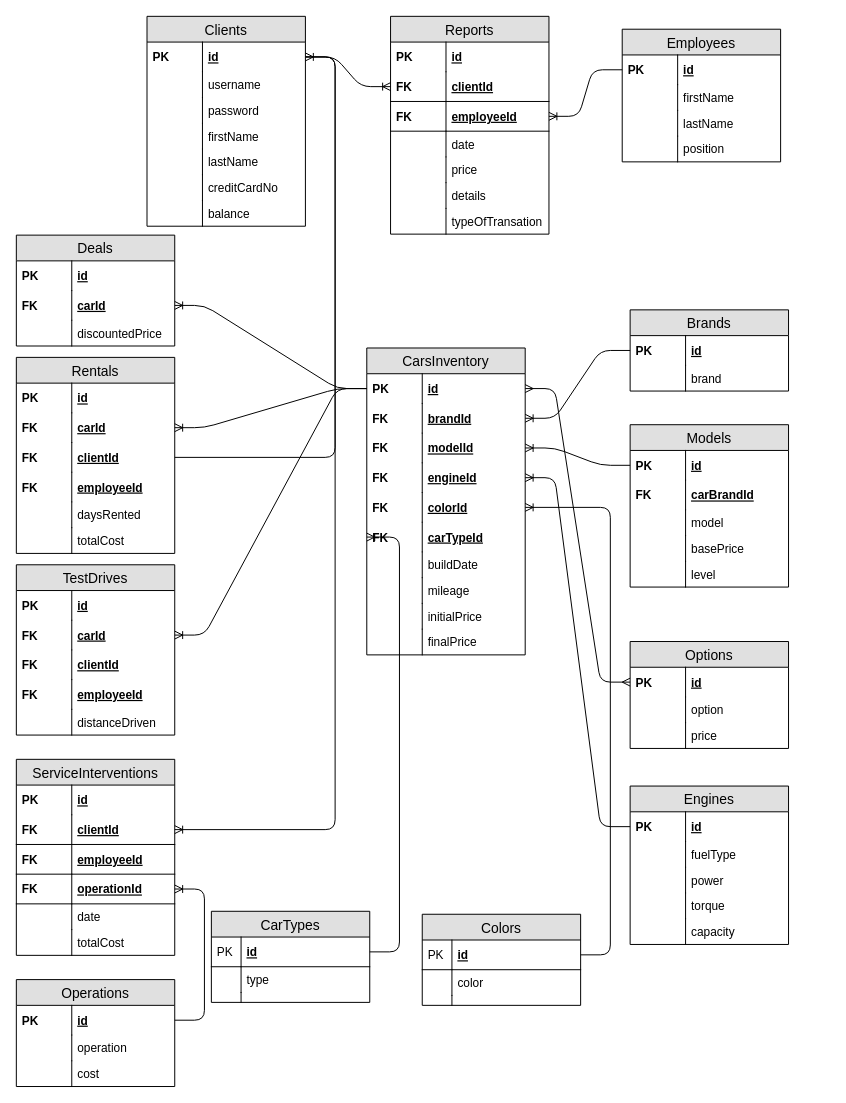
Above: DB/CarDealerDB.drawio in alintintesan/CarDealer (draw.io), before the change. Source tidied: cells renumbered, new cells numbered last; positions are measured from the earlier drawing's top-left corner, leaving out a move shared by most shapes. Both pictures are drawn from the tidied source at 99%, with x=0, y=0 at pixel (16, 16).
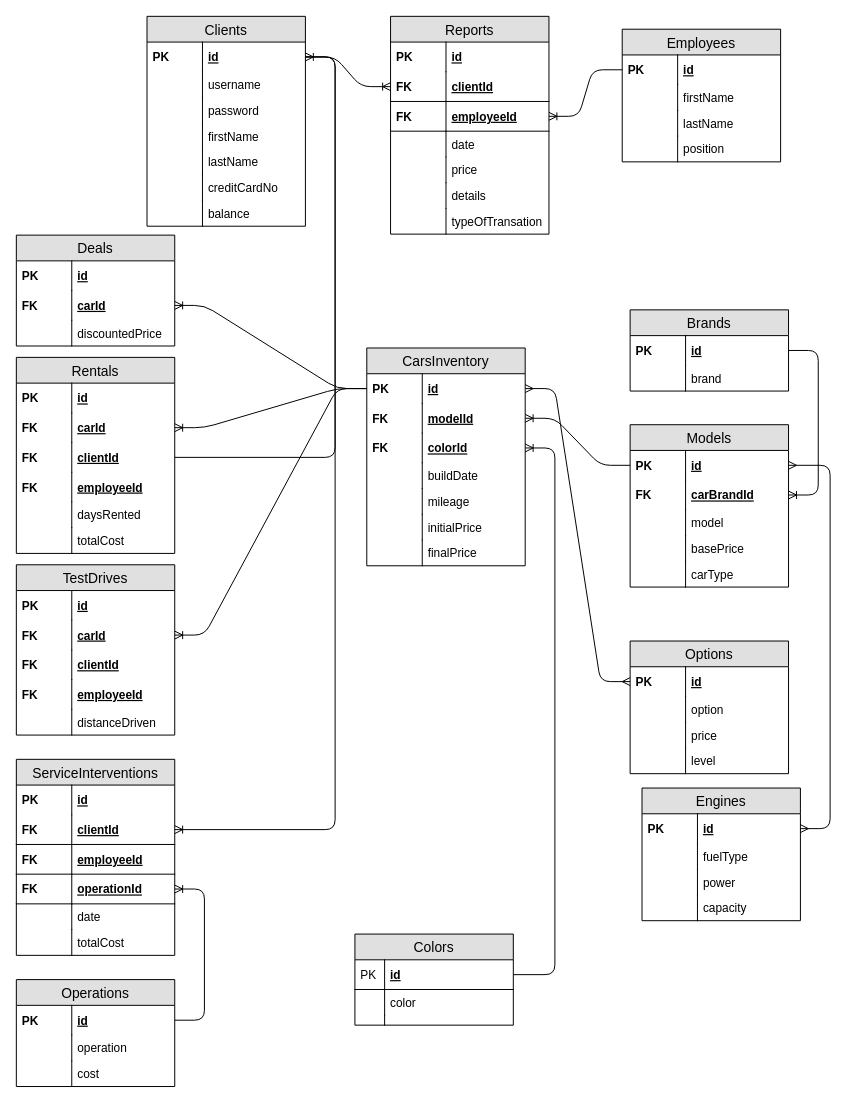
Above is the later version.

Unchanged cells that the change refers to:
```xml
<mxCell id="48" value="id" style="shape=partialRectangle;top=0;left=0;right=0;bottom=0;align=left;verticalAlign=middle;fillColor=none;spacingLeft=60;spacingRight=4;overflow=hidden;points=[[0,0.5],[1,0.5]];portConstraint=eastwest;fontStyle=5;fontSize=12;" parent="47" vertex="1">
  <mxGeometry y="26" width="160" height="30" as="geometry" />
</mxCell>
<mxCell id="52" value="Models" style="swimlane;fontStyle=0;horizontal=1;startSize=26;fillColor=#e0e0e0;swimlaneFillColor=#ffffff;align=center;fontSize=14;" parent="1" vertex="1">
  <mxGeometry x="620" y="412.5" width="160" height="164" as="geometry" />
</mxCell>
<mxCell id="53" value="id" style="shape=partialRectangle;top=0;left=0;right=0;bottom=0;align=left;verticalAlign=middle;fillColor=none;spacingLeft=60;spacingRight=4;overflow=hidden;points=[[0,0.5],[1,0.5]];portConstraint=eastwest;fontStyle=5;fontSize=12;" parent="52" vertex="1">
  <mxGeometry y="26" width="160" height="30" as="geometry" />
</mxCell>
<mxCell id="55" value="carBrandId" style="shape=partialRectangle;top=0;left=0;right=0;bottom=0;align=left;verticalAlign=middle;fillColor=none;spacingLeft=60;spacingRight=4;overflow=hidden;points=[[0,0.5],[1,0.5]];portConstraint=eastwest;fontStyle=5;fontSize=12;" parent="52" vertex="1">
  <mxGeometry y="56" width="160" height="30" as="geometry" />
</mxCell>
<mxCell id="102" value="id" style="shape=partialRectangle;top=0;left=0;right=0;bottom=0;align=left;verticalAlign=middle;fillColor=none;spacingLeft=60;spacingRight=4;overflow=hidden;points=[[0,0.5],[1,0.5]];portConstraint=eastwest;fontStyle=5;fontSize=12;" parent="101" vertex="1">
  <mxGeometry y="26" width="160" height="30" as="geometry" />
</mxCell>
```

Diff of the diagram source:
```diff
@@
     <mxCell id="26" value="CarsInventory" style="swimlane;fontStyle=0;horizontal=1;startSize=26;fillColor=#e0e0e0;swimlaneFillColor=#ffffff;align=center;fontSize=14;" parent="1" vertex="1">
-      <mxGeometry x="354" y="335" width="160" height="310" as="geometry" />
+      <mxGeometry x="354" y="335" width="160" height="220" as="geometry" />
     </mxCell>
@@
-    <mxCell id="29" value="brandId" style="shape=partialRectangle;top=0;left=0;right=0;bottom=0;align=left;verticalAlign=middle;fillColor=none;spacingLeft=60;spacingRight=4;overflow=hidden;points=[[0,0.5],[1,0.5]];portConstraint=eastwest;fontStyle=5;fontSize=12;" parent="26" vertex="1">
-      <mxGeometry y="56" width="160" height="30" as="geometry" />
-    </mxCell>
-    <mxCell id="30" value="FK" style="shape=partialRectangle;fontStyle=1;top=0;left=0;bottom=0;fillColor=none;align=left;verticalAlign=middle;spacingLeft=4;spacingRight=4;overflow=hidden;fontSize=12;" parent="29" vertex="1">
-      <mxGeometry width="56" height="30" as="geometry" />
-    </mxCell>
     <mxCell id="31" value="modelId" style="shape=partialRectangle;top=0;left=0;right=0;bottom=0;align=left;verticalAlign=middle;fillColor=none;spacingLeft=60;spacingRight=4;overflow=hidden;points=[[0,0.5],[1,0.5]];portConstraint=eastwest;fontStyle=5;fontSize=12;" parent="26" vertex="1">
-      <mxGeometry y="86" width="160" height="30" as="geometry" />
+      <mxGeometry y="56" width="160" height="30" as="geometry" />
     </mxCell>
@@
-    <mxCell id="33" value="engineId" style="shape=partialRectangle;top=0;left=0;right=0;bottom=0;align=left;verticalAlign=middle;fillColor=none;spacingLeft=60;spacingRight=4;overflow=hidden;points=[[0,0.5],[1,0.5]];portConstraint=eastwest;fontStyle=5;fontSize=12;" parent="26" vertex="1">
-      <mxGeometry y="116" width="160" height="30" as="geometry" />
-    </mxCell>
-    <mxCell id="34" value="FK" style="shape=partialRectangle;fontStyle=1;top=0;left=0;bottom=0;fillColor=none;align=left;verticalAlign=middle;spacingLeft=4;spacingRight=4;overflow=hidden;fontSize=12;" parent="33" vertex="1">
-      <mxGeometry width="56" height="30" as="geometry" />
-    </mxCell>
     <mxCell id="35" value="colorId" style="shape=partialRectangle;top=0;left=0;right=0;bottom=0;align=left;verticalAlign=middle;fillColor=none;spacingLeft=60;spacingRight=4;overflow=hidden;points=[[0,0.5],[1,0.5]];portConstraint=eastwest;fontStyle=5;fontSize=12;" parent="26" vertex="1">
-      <mxGeometry y="146" width="160" height="30" as="geometry" />
+      <mxGeometry y="86" width="160" height="30" as="geometry" />
     </mxCell>
@@
-    <mxCell id="37" value="carTypeId" style="shape=partialRectangle;top=0;left=0;right=0;bottom=0;align=left;verticalAlign=middle;fillColor=none;spacingLeft=60;spacingRight=4;overflow=hidden;points=[[0,0.5],[1,0.5]];portConstraint=eastwest;fontStyle=5;fontSize=12;" parent="26" vertex="1">
-      <mxGeometry y="176" width="160" height="30" as="geometry" />
-    </mxCell>
-    <mxCell id="38" value="FK" style="shape=partialRectangle;fontStyle=1;top=0;left=0;bottom=0;fillColor=none;align=left;verticalAlign=middle;spacingLeft=4;spacingRight=4;overflow=hidden;fontSize=12;" parent="37" vertex="1">
-      <mxGeometry width="56" height="30" as="geometry" />
-    </mxCell>
     <mxCell id="39" value="buildDate" style="shape=partialRectangle;top=0;left=0;right=0;bottom=0;align=left;verticalAlign=top;fillColor=none;spacingLeft=60;spacingRight=4;overflow=hidden;fontSize=12;" parent="26" vertex="1">
-      <mxGeometry y="206" width="160" height="26" as="geometry" />
+      <mxGeometry y="116" width="160" height="26" as="geometry" />
     </mxCell>
@@
     <mxCell id="41" value="mileage" style="shape=partialRectangle;top=0;left=0;right=0;bottom=0;align=left;verticalAlign=top;fillColor=none;spacingLeft=60;spacingRight=4;overflow=hidden;fontSize=12;" parent="26" vertex="1">
-      <mxGeometry y="232" width="160" height="26" as="geometry" />
+      <mxGeometry y="142" width="160" height="26" as="geometry" />
     </mxCell>
@@
     <mxCell id="43" value="initialPrice" style="shape=partialRectangle;top=0;left=0;right=0;bottom=0;align=left;verticalAlign=top;fillColor=none;spacingLeft=60;spacingRight=4;overflow=hidden;fontSize=12;" parent="26" vertex="1">
-      <mxGeometry y="258" width="160" height="26" as="geometry" />
+      <mxGeometry y="168" width="160" height="26" as="geometry" />
     </mxCell>
@@
     <mxCell id="45" value="finalPrice" style="shape=partialRectangle;top=0;left=0;right=0;bottom=0;align=left;verticalAlign=top;fillColor=none;spacingLeft=60;spacingRight=4;overflow=hidden;fontSize=12;" parent="26" vertex="1">
-      <mxGeometry y="284" width="160" height="26" as="geometry" />
+      <mxGeometry y="194" width="160" height="26" as="geometry" />
     </mxCell>
@@
-    <mxCell id="61" value="level" style="shape=partialRectangle;top=0;left=0;right=0;bottom=0;align=left;verticalAlign=top;fillColor=none;spacingLeft=60;spacingRight=4;overflow=hidden;fontSize=12;" parent="52" vertex="1">
-      <mxGeometry y="138" width="160" height="26" as="geometry" />
-    </mxCell>
-    <mxCell id="62" style="shape=partialRectangle;top=0;left=0;bottom=0;fillColor=none;align=left;verticalAlign=top;spacingLeft=4;spacingRight=4;overflow=hidden;fontSize=12;" parent="61" vertex="1">
-      <mxGeometry width="56" height="26" as="geometry" />
-    </mxCell>
+    <mxCell id="175" value="carType" style="shape=partialRectangle;top=0;left=0;right=0;bottom=0;align=left;verticalAlign=top;fillColor=none;spacingLeft=60;spacingRight=4;overflow=hidden;fontSize=12;" parent="52" vertex="1">
+      <mxGeometry y="138" width="160" height="26" as="geometry" />
+    </mxCell>
+    <mxCell id="176" style="shape=partialRectangle;top=0;left=0;bottom=0;fillColor=none;align=left;verticalAlign=top;spacingLeft=4;spacingRight=4;overflow=hidden;fontSize=12;" parent="175" vertex="1">
+      <mxGeometry width="56" height="26" as="geometry" />
+    </mxCell>
     <mxCell id="63" value="Options" style="swimlane;fontStyle=0;horizontal=1;startSize=26;fillColor=#e0e0e0;swimlaneFillColor=#ffffff;align=center;fontSize=14;" parent="1" vertex="1">
-      <mxGeometry x="620" y="631.5" width="160" height="108" as="geometry" />
+      <mxGeometry x="620" y="631" width="160" height="134" as="geometry" />
     </mxCell>
@@
+    <mxCell id="61" value="level" style="shape=partialRectangle;top=0;left=0;right=0;bottom=0;align=left;verticalAlign=top;fillColor=none;spacingLeft=60;spacingRight=4;overflow=hidden;fontSize=12;" parent="63" vertex="1">
+      <mxGeometry y="108" width="160" height="26" as="geometry" />
+    </mxCell>
+    <mxCell id="177" style="shape=partialRectangle;top=0;left=0;bottom=0;fillColor=none;align=left;verticalAlign=top;spacingLeft=4;spacingRight=4;overflow=hidden;fontSize=12;" parent="61" vertex="1">
+      <mxGeometry width="56" height="26" as="geometry" />
+    </mxCell>
@@
     <mxCell id="101" value="Engines" style="swimlane;fontStyle=0;horizontal=1;startSize=26;fillColor=#e0e0e0;swimlaneFillColor=#ffffff;align=center;fontSize=14;" parent="1" vertex="1">
-      <mxGeometry x="620" y="777.5" width="160" height="160" as="geometry" />
+      <mxGeometry x="632" y="779.5" width="160" height="134" as="geometry" />
     </mxCell>
@@
-    <mxCell id="108" value="torque" style="shape=partialRectangle;top=0;left=0;right=0;bottom=0;align=left;verticalAlign=top;fillColor=none;spacingLeft=60;spacingRight=4;overflow=hidden;fontSize=12;" parent="101" vertex="1">
-      <mxGeometry y="108" width="160" height="26" as="geometry" />
-    </mxCell>
-    <mxCell id="109" style="shape=partialRectangle;top=0;left=0;bottom=0;fillColor=none;align=left;verticalAlign=top;spacingLeft=4;spacingRight=4;overflow=hidden;fontSize=12;" parent="108" vertex="1">
-      <mxGeometry width="56" height="26" as="geometry" />
-    </mxCell>
     <mxCell id="110" value="capacity" style="shape=partialRectangle;top=0;left=0;right=0;bottom=0;align=left;verticalAlign=top;fillColor=none;spacingLeft=60;spacingRight=4;overflow=hidden;fontSize=12;" parent="101" vertex="1">
-      <mxGeometry y="134" width="160" height="26" as="geometry" />
+      <mxGeometry y="108" width="160" height="26" as="geometry" />
     </mxCell>
@@
     <mxCell id="112" value="Colors" style="swimlane;fontStyle=0;horizontal=1;startSize=26;fillColor=#e0e0e0;swimlaneFillColor=#ffffff;align=center;fontSize=14;" parent="1" vertex="1">
-      <mxGeometry x="410" y="907" width="160" height="92" as="geometry" />
+      <mxGeometry x="342" y="927" width="160" height="92" as="geometry" />
     </mxCell>
@@
-    <mxCell id="119" value="CarTypes" style="swimlane;fontStyle=0;horizontal=1;startSize=26;fillColor=#e0e0e0;swimlaneFillColor=#ffffff;align=center;fontSize=14;" parent="1" vertex="1">
-      <mxGeometry x="197" y="904" width="160" height="92" as="geometry" />
-    </mxCell>
-    <mxCell id="120" value="id" style="shape=partialRectangle;top=0;left=0;right=0;bottom=1;align=left;verticalAlign=middle;fillColor=none;spacingLeft=34;spacingRight=4;overflow=hidden;points=[[0,0.5],[1,0.5]];portConstraint=eastwest;fontStyle=5;fontSize=12;" parent="119" vertex="1">
-      <mxGeometry y="26" width="160" height="30" as="geometry" />
-    </mxCell>
-    <mxCell id="121" value="PK" style="shape=partialRectangle;top=0;left=0;bottom=0;fillColor=none;align=left;verticalAlign=middle;spacingLeft=4;spacingRight=4;overflow=hidden;fontSize=12;" parent="120" vertex="1">
-      <mxGeometry width="30" height="30" as="geometry" />
-    </mxCell>
-    <mxCell id="122" value="type" style="shape=partialRectangle;top=0;left=0;right=0;bottom=0;align=left;verticalAlign=top;fillColor=none;spacingLeft=34;spacingRight=4;overflow=hidden;fontSize=12;" parent="119" vertex="1">
-      <mxGeometry y="56" width="160" height="26" as="geometry" />
-    </mxCell>
-    <mxCell id="123" style="shape=partialRectangle;top=0;left=0;bottom=0;fillColor=none;align=left;verticalAlign=top;spacingLeft=4;spacingRight=4;overflow=hidden;fontSize=12;" parent="122" vertex="1">
-      <mxGeometry width="30" height="26" as="geometry" />
-    </mxCell>
-    <mxCell id="124" style="shape=partialRectangle;top=0;left=0;right=0;bottom=0;align=left;verticalAlign=top;fillColor=none;spacingLeft=34;spacingRight=4;overflow=hidden;fontSize=12;" parent="119" vertex="1">
-      <mxGeometry y="82" width="160" height="10" as="geometry" />
-    </mxCell>
-    <mxCell id="125" style="shape=partialRectangle;top=0;left=0;bottom=0;fillColor=none;align=left;verticalAlign=top;spacingLeft=4;spacingRight=4;overflow=hidden;fontSize=12;" parent="124" vertex="1">
-      <mxGeometry width="30" height="10" as="geometry" />
-    </mxCell>
@@
-    <mxCell id="163" style="edgeStyle=entityRelationEdgeStyle;fontSize=12;html=1;endArrow=ERoneToMany;" parent="1" edge="1" source="48" target="29">
-      <mxGeometry relative="1" as="geometry" />
-    </mxCell>
@@
-    <mxCell id="165" style="edgeStyle=entityRelationEdgeStyle;fontSize=12;html=1;endArrow=ERoneToMany;" parent="1" edge="1" source="102" target="33">
-      <mxGeometry relative="1" as="geometry" />
-    </mxCell>
@@
-    <mxCell id="167" style="edgeStyle=entityRelationEdgeStyle;fontSize=12;html=1;endArrow=ERoneToMany;entryX=0;entryY=0.5;entryDx=0;entryDy=0;" parent="1" edge="1" source="120" target="37">
-      <mxGeometry relative="1" as="geometry" />
-    </mxCell>
@@
+    <mxCell id="178" style="edgeStyle=entityRelationEdgeStyle;fontSize=12;html=1;endArrow=ERoneToMany;" parent="1" edge="1" source="48" target="55">
+      <mxGeometry relative="1" as="geometry" />
+    </mxCell>
+    <mxCell id="179" style="edgeStyle=entityRelationEdgeStyle;fontSize=12;html=1;endArrow=ERmany;startArrow=ERmany;" parent="1" edge="1" source="102" target="53">
+      <mxGeometry relative="1" as="geometry" />
+    </mxCell>
```
